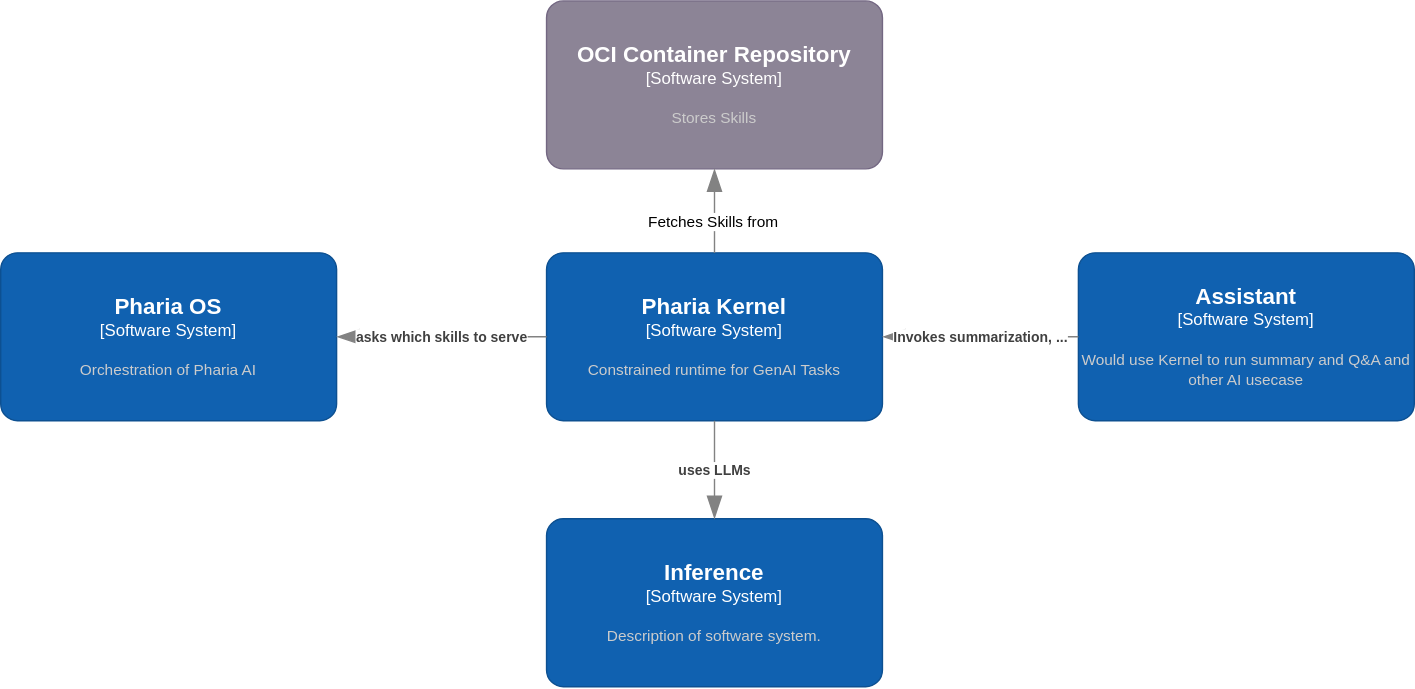
The draw.io diagram tam/context.drawio.svg in Aleph-Alpha/pharia-engine, before a commit. Source tidied: cells renumbered, new cells last; positions are measured from the earlier drawing's top-left corner, leaving out a move shared by most shapes.
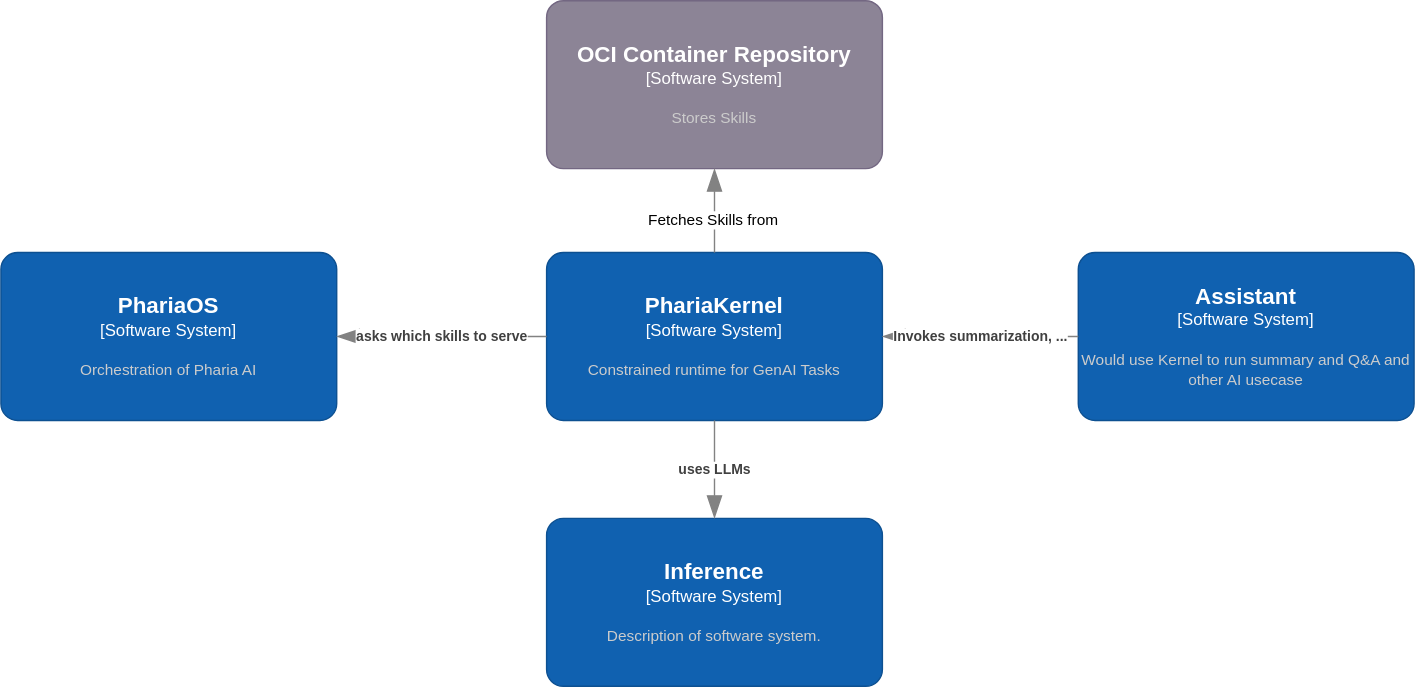
Later version of the same file.

The edit, as a diff of the source:
```diff
@@ -2,11 +2,9 @@
   <root>
     <mxCell id="0" />
     <mxCell id="1" parent="0" />
-    <object id="2" label="&lt;font style=&quot;font-size: 16px&quot;&gt;&lt;b&gt;%c4Name%&lt;/b&gt;&lt;/font&gt;&lt;div&gt;[%c4Type%]&lt;/div&gt;&lt;br&gt;&lt;div&gt;&lt;font style=&quot;font-size: 11px&quot;&gt;&lt;font color=&quot;#cccccc&quot;&gt;%c4Description%&lt;/font&gt;&lt;/div&gt;" c4Description="Constrained runtime for GenAI Tasks" c4Name="Pharia Kernel" c4Type="Software System" placeholders="1">
-      <mxCell style="rounded=1;whiteSpace=wrap;html=1;labelBackgroundColor=none;fillColor=#1061B0;fontColor=#ffffff;align=center;arcSize=10;strokeColor=#0D5091;points=[[0.25,0,0],[0.5,0,0],[0.75,0,0],[1,0.25,0],[1,0.5,0],[1,0.75,0],[0.75,1,0],[0.5,1,0],[0.25,1,0],[0,0.75,0],[0,0.5,0],[0,0.25,0]];" parent="1" vertex="1">
-        <mxGeometry x="390" y="180" width="240" height="120" as="geometry" />
-      </mxCell>
-    </object>
+    <mxCell id="2" value="&lt;font style=&quot;font-size: 16px&quot;&gt;&lt;b&gt;PhariaKernel&lt;/b&gt;&lt;/font&gt;&lt;div&gt;[Software System]&lt;/div&gt;&lt;br&gt;&lt;div&gt;&lt;font style=&quot;font-size: 11px&quot;&gt;&lt;font color=&quot;#cccccc&quot;&gt;Constrained runtime for GenAI Tasks&lt;/font&gt;&lt;/div&gt;" style="rounded=1;whiteSpace=wrap;html=1;labelBackgroundColor=none;fillColor=#1061B0;fontColor=#ffffff;align=center;arcSize=10;strokeColor=#0D5091;points=[[0.25,0,0],[0.5,0,0],[0.75,0,0],[1,0.25,0],[1,0.5,0],[1,0.75,0],[0.75,1,0],[0.5,1,0],[0.25,1,0],[0,0.75,0],[0,0.5,0],[0,0.25,0]];" parent="1" vertex="1">
+      <mxGeometry x="390" y="180" width="240" height="120" as="geometry" />
+    </mxCell>
     <object id="3" label="&lt;font style=&quot;font-size: 16px&quot;&gt;&lt;b&gt;%c4Name%&lt;/b&gt;&lt;/font&gt;&lt;div&gt;[%c4Type%]&lt;/div&gt;&lt;br&gt;&lt;div&gt;&lt;font style=&quot;font-size: 11px&quot;&gt;&lt;font color=&quot;#cccccc&quot;&gt;%c4Description%&lt;/font&gt;&lt;/div&gt;" c4Description="Stores Skills" c4Name="OCI Container Repository" c4Type="Software System" placeholders="1">
       <mxCell style="rounded=1;whiteSpace=wrap;html=1;labelBackgroundColor=none;fillColor=#8C8496;fontColor=#ffffff;align=center;arcSize=10;strokeColor=#736782;" parent="1" vertex="1">
         <mxGeometry x="390" width="240" height="120" as="geometry" />
@@ -37,11 +35,9 @@
         <mxGeometry relative="1" as="geometry" />
       </mxCell>
     </object>
-    <object id="9" label="&lt;font style=&quot;font-size: 16px&quot;&gt;&lt;b&gt;%c4Name%&lt;/b&gt;&lt;/font&gt;&lt;div&gt;[%c4Type%]&lt;/div&gt;&lt;br&gt;&lt;div&gt;&lt;font style=&quot;font-size: 11px&quot;&gt;&lt;font color=&quot;#cccccc&quot;&gt;%c4Description%&lt;/font&gt;&lt;/div&gt;" c4Description="Orchestration of Pharia AI" c4Name="Pharia OS" c4Type="Software System" placeholders="1">
-      <mxCell style="rounded=1;whiteSpace=wrap;html=1;labelBackgroundColor=none;fillColor=#1061B0;fontColor=#ffffff;align=center;arcSize=10;strokeColor=#0D5091;points=[[0.25,0,0],[0.5,0,0],[0.75,0,0],[1,0.25,0],[1,0.5,0],[1,0.75,0],[0.75,1,0],[0.5,1,0],[0.25,1,0],[0,0.75,0],[0,0.5,0],[0,0.25,0]];" parent="1" vertex="1">
-        <mxGeometry y="180" width="240" height="120" as="geometry" />
-      </mxCell>
-    </object>
+    <mxCell id="9" value="&lt;font style=&quot;font-size: 16px&quot;&gt;&lt;b&gt;PhariaOS&lt;/b&gt;&lt;/font&gt;&lt;div&gt;[Software System]&lt;/div&gt;&lt;br&gt;&lt;div&gt;&lt;font style=&quot;font-size: 11px&quot;&gt;&lt;font color=&quot;#cccccc&quot;&gt;Orchestration of Pharia AI&lt;/font&gt;&lt;/div&gt;" style="rounded=1;whiteSpace=wrap;html=1;labelBackgroundColor=none;fillColor=#1061B0;fontColor=#ffffff;align=center;arcSize=10;strokeColor=#0D5091;points=[[0.25,0,0],[0.5,0,0],[0.75,0,0],[1,0.25,0],[1,0.5,0],[1,0.75,0],[0.75,1,0],[0.5,1,0],[0.25,1,0],[0,0.75,0],[0,0.5,0],[0,0.25,0]];" parent="1" vertex="1">
+      <mxGeometry y="180" width="240" height="120" as="geometry" />
+    </mxCell>
     <object id="10" label="&lt;div style=&quot;text-align: left&quot;&gt;&lt;div style=&quot;text-align: center&quot;&gt;&lt;b&gt;%c4Description%&lt;/b&gt;&lt;/div&gt;" c4Description="asks which skills to serve" c4Type="Relationship" placeholders="1">
       <mxCell style="endArrow=blockThin;html=1;fontSize=10;fontColor=#404040;strokeWidth=1;endFill=1;strokeColor=#828282;elbow=vertical;endSize=14;startSize=14;jumpStyle=arc;jumpSize=16;rounded=0;edgeStyle=orthogonalEdgeStyle;exitX=0;exitY=0.5;exitDx=0;exitDy=0;exitPerimeter=0;entryX=1;entryY=0.5;entryDx=0;entryDy=0;entryPerimeter=0;" parent="1" edge="1" source="2" target="9">
         <mxGeometry relative="1" as="geometry" />
```
